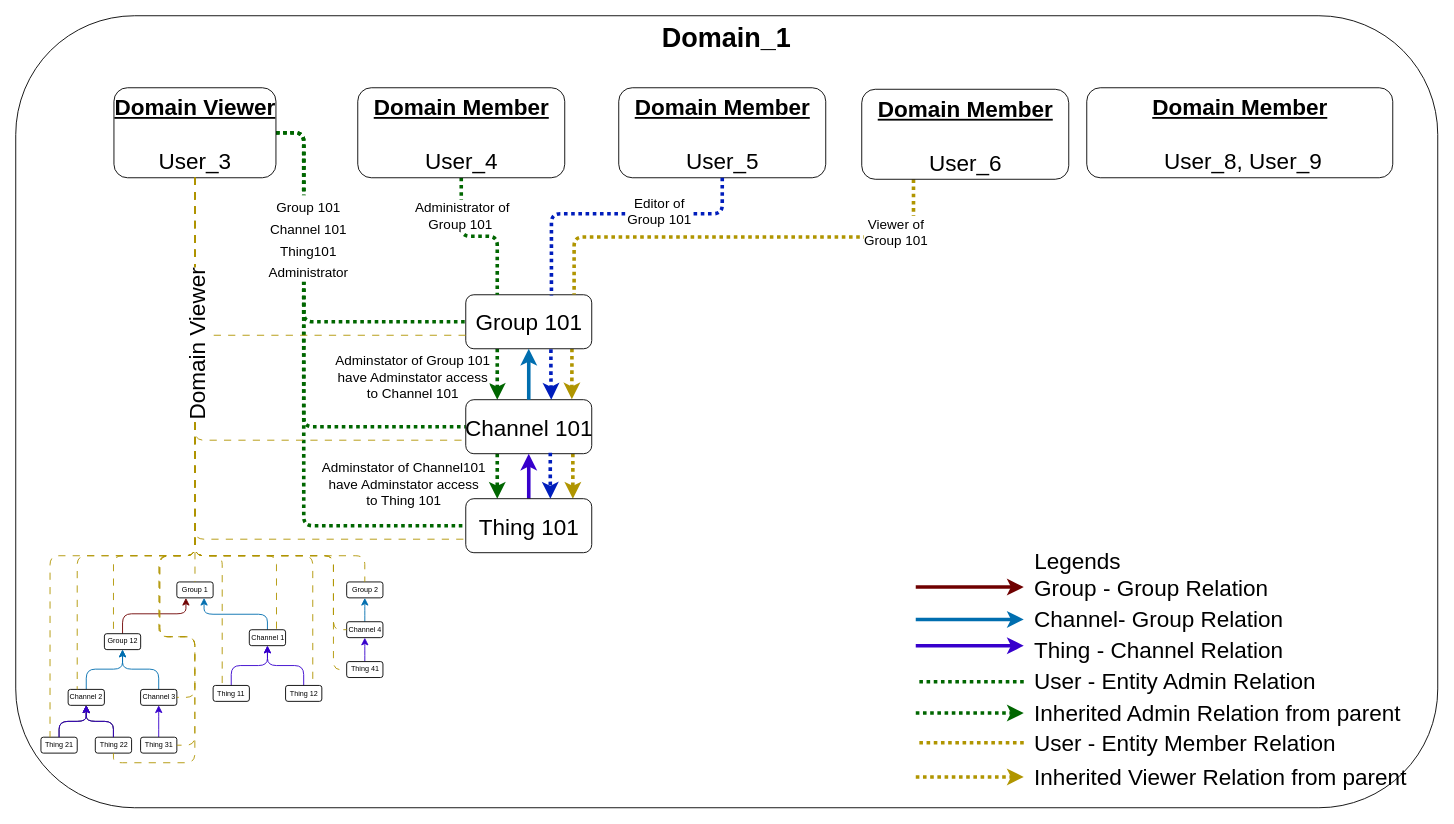
absmach/supermq-docs keeps this draw.io diagram as docs/diagrams/group_users_viewer.drawio. Above is the earlier version. Source tidied: cells renumbered, new cells numbered last; positions are measured from the earlier drawing's top-left corner, leaving out a move shared by most shapes. Both pictures are drawn from the tidied source at 90%, with x=0, y=0 at pixel (15, 15).
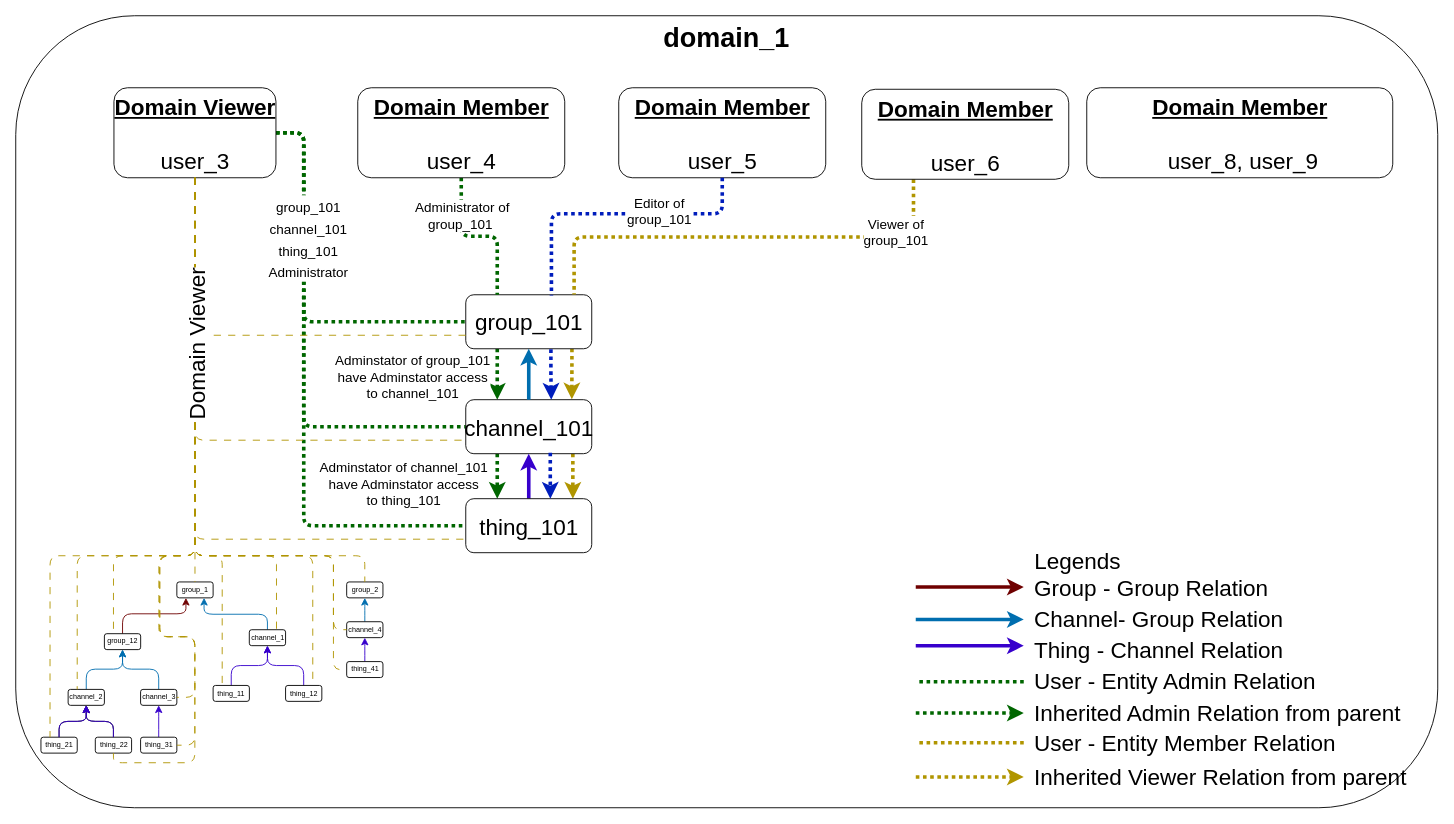
The same diagram, later.

The change refers to these unchanged cells:
```xml
<mxCell id="9" style="group;fontSize=8;" parent="8" vertex="1">
  <mxGeometry x="28" y="607" width="380" height="230" as="geometry" />
</mxCell>
<mxCell id="44" style="edgeStyle=orthogonalEdgeStyle;html=1;entryX=0;entryY=0.5;entryDx=0;entryDy=0;dashed=1;dashPattern=1 1;strokeColor=#006600;strokeWidth=4;fontSize=20;endArrow=none;endFill=0;" parent="36" edge="1" source="46" target="95">
  <mxGeometry relative="1" as="geometry">
    <Array as="points">
      <mxPoint x="320" y="130" />
      <mxPoint x="320" y="567" />
    </Array>
  </mxGeometry>
</mxCell>
<mxCell id="57" style="edgeStyle=orthogonalEdgeStyle;html=1;exitX=0.25;exitY=1;exitDx=0;exitDy=0;entryX=0.25;entryY=0;entryDx=0;entryDy=0;dashed=1;dashPattern=1 1;strokeWidth=4;endArrow=classic;endFill=1;fillColor=#fa6800;strokeColor=#006600;" parent="36" edge="1" source="60" target="66">
  <mxGeometry relative="1" as="geometry" />
</mxCell>
<mxCell id="61" style="edgeStyle=orthogonalEdgeStyle;html=1;exitX=0.25;exitY=1;exitDx=0;exitDy=0;entryX=0.25;entryY=0;entryDx=0;entryDy=0;dashed=1;dashPattern=1 1;strokeWidth=4;endArrow=classic;endFill=1;fillColor=#fa6800;strokeColor=#006600;" parent="36" edge="1" source="66" target="95">
  <mxGeometry relative="1" as="geometry" />
</mxCell>
<mxCell id="67" style="edgeStyle=orthogonalEdgeStyle;html=1;entryX=0.25;entryY=0;entryDx=0;entryDy=0;dashed=1;dashPattern=1 1;strokeWidth=4;endArrow=none;endFill=0;fillColor=#fa6800;strokeColor=#006600;" parent="36" edge="1" source="69" target="60">
  <mxGeometry relative="1" as="geometry" />
</mxCell>
<mxCell id="70" style="edgeStyle=orthogonalEdgeStyle;html=1;dashed=1;dashPattern=1 1;strokeWidth=4;endArrow=none;endFill=0;fillColor=#e3c800;strokeColor=#B09500;exitX=0.25;exitY=1;exitDx=0;exitDy=0;entryX=0.86;entryY=-0.003;entryDx=0;entryDy=0;entryPerimeter=0;" parent="36" edge="1" source="73" target="60">
  <mxGeometry relative="1" as="geometry" />
</mxCell>
<mxCell id="97" style="edgeStyle=orthogonalEdgeStyle;html=1;entryX=0.68;entryY=0.014;entryDx=0;entryDy=0;fillColor=#0050ef;strokeColor=#001DBC;strokeWidth=4;dashed=1;dashPattern=1 1;entryPerimeter=0;endArrow=none;endFill=0;" parent="93" edge="1" source="72" target="60">
  <mxGeometry relative="1" as="geometry">
    <Array as="points">
      <mxPoint x="785" y="220" />
      <mxPoint x="595" y="220" />
      <mxPoint x="595" y="311" />
    </Array>
  </mxGeometry>
</mxCell>
```

Change to the diagram source:
```diff
@@
-    <mxCell id="7" value="&lt;font style=&quot;font-size: 30px;&quot;&gt;&lt;b style=&quot;&quot;&gt;Domain_1&lt;/b&gt;&lt;/font&gt;" style="rounded=1;whiteSpace=wrap;html=1;verticalAlign=top;fillColor=default;" parent="6" vertex="1">
+    <mxCell id="7" value="&lt;font style=&quot;font-size: 30px;&quot;&gt;&lt;b style=&quot;&quot;&gt;domain_1&lt;/b&gt;&lt;/font&gt;" style="rounded=1;whiteSpace=wrap;html=1;verticalAlign=top;fillColor=default;" parent="6" vertex="1">
       <mxGeometry width="1580" height="880" as="geometry" />
     </mxCell>
@@
-    <mxCell id="10" value="Group 1" style="rounded=1;html=1;fontSize=8;" parent="9" vertex="1">
+    <mxCell id="10" value="group_1" style="rounded=1;html=1;fontSize=8;" parent="9" vertex="1">
       <mxGeometry x="151" y="22.1" width="40.3" height="17.7" as="geometry" />
     </mxCell>
@@
-    <mxCell id="12" value="Group 12" style="rounded=1;whiteSpace=wrap;html=1;fontSize=8;" parent="9" vertex="1">
+    <mxCell id="12" value="group_12" style="rounded=1;whiteSpace=wrap;html=1;fontSize=8;" parent="9" vertex="1">
       <mxGeometry x="70.5" y="79.6" width="40.3" height="17.7" as="geometry" />
     </mxCell>
@@
-    <mxCell id="14" value="Channel 2" style="rounded=1;html=1;fontSize=8;" parent="9" vertex="1">
+    <mxCell id="14" value="channel_2" style="rounded=1;html=1;fontSize=8;" parent="9" vertex="1">
       <mxGeometry x="30.2" y="141.5" width="40.3" height="17.7" as="geometry" />
     </mxCell>
@@
-    <mxCell id="16" value="Channel 3" style="rounded=1;html=1;fontSize=8;" parent="9" vertex="1">
+    <mxCell id="16" value="channel_3" style="rounded=1;html=1;fontSize=8;" parent="9" vertex="1">
       <mxGeometry x="110.7" y="141.5" width="40.3" height="17.7" as="geometry" />
     </mxCell>
@@
-    <mxCell id="18" value="Channel 1" style="rounded=1;html=1;fontSize=8;" parent="9" vertex="1">
+    <mxCell id="18" value="channel_1" style="rounded=1;html=1;fontSize=8;" parent="9" vertex="1">
       <mxGeometry x="231.5" y="75.2" width="40.3" height="17.7" as="geometry" />
     </mxCell>
@@
-    <mxCell id="20" value="Thing 11" style="rounded=1;html=1;fontSize=8;" parent="9" vertex="1">
+    <mxCell id="20" value="thing_11" style="rounded=1;html=1;fontSize=8;" parent="9" vertex="1">
       <mxGeometry x="191.3" y="137.1" width="40.3" height="17.7" as="geometry" />
     </mxCell>
@@
-    <mxCell id="22" value="Thing 12" style="rounded=1;html=1;fontSize=8;" parent="9" vertex="1">
+    <mxCell id="22" value="thing_12" style="rounded=1;html=1;fontSize=8;" parent="9" vertex="1">
       <mxGeometry x="271.8" y="137.1" width="40.3" height="17.7" as="geometry" />
     </mxCell>
@@
-    <mxCell id="24" value="Thing 21" style="rounded=1;html=1;fontSize=8;" parent="9" vertex="1">
+    <mxCell id="24" value="thing_21" style="rounded=1;html=1;fontSize=8;" parent="9" vertex="1">
       <mxGeometry y="194.6" width="40.3" height="17.7" as="geometry" />
     </mxCell>
@@
-    <mxCell id="26" value="Thing 22" style="rounded=1;html=1;fontSize=8;" parent="9" vertex="1">
+    <mxCell id="26" value="thing_22" style="rounded=1;html=1;fontSize=8;" parent="9" vertex="1">
       <mxGeometry x="60.4" y="194.6" width="40.3" height="17.7" as="geometry" />
     </mxCell>
@@
-    <mxCell id="28" value="Thing 31" style="rounded=1;html=1;fontSize=8;" parent="9" vertex="1">
+    <mxCell id="28" value="thing_31" style="rounded=1;html=1;fontSize=8;" parent="9" vertex="1">
       <mxGeometry x="110.7" y="194.6" width="40.3" height="17.7" as="geometry" />
     </mxCell>
@@
-    <mxCell id="31" value="Group 2" style="rounded=1;html=1;fontSize=8;" parent="9" vertex="1">
+    <mxCell id="31" value="group_2" style="rounded=1;html=1;fontSize=8;" parent="9" vertex="1">
       <mxGeometry x="339.7" y="22.1" width="40.3" height="17.7" as="geometry" />
     </mxCell>
@@
-    <mxCell id="33" value="Channel 4" style="rounded=1;html=1;fontSize=8;" parent="9" vertex="1">
+    <mxCell id="33" value="channel_4" style="rounded=1;html=1;fontSize=8;" parent="9" vertex="1">
       <mxGeometry x="339.7" y="66.3" width="40.3" height="17.7" as="geometry" />
     </mxCell>
@@
-    <mxCell id="35" value="Thing 41" style="rounded=1;html=1;fontSize=8;" parent="9" vertex="1">
+    <mxCell id="35" value="thing_41" style="rounded=1;html=1;fontSize=8;" parent="9" vertex="1">
       <mxGeometry x="339.7" y="110.6" width="40.3" height="17.7" as="geometry" />
     </mxCell>
@@
-    <mxCell id="45" value="&lt;span style=&quot;font-size: 15px;&quot;&gt;Group 101&lt;/span&gt;&lt;br style=&quot;font-size: 15px;&quot;&gt;&lt;span style=&quot;font-size: 15px;&quot;&gt;Channel 101&lt;/span&gt;&lt;br style=&quot;font-size: 15px;&quot;&gt;&lt;span style=&quot;font-size: 15px;&quot;&gt;Thing101&lt;/span&gt;&lt;br style=&quot;font-size: 15px;&quot;&gt;&lt;span style=&quot;font-size: 15px;&quot;&gt;Administrator&lt;/span&gt;" style="edgeLabel;html=1;align=center;verticalAlign=middle;fontSize=20;" parent="44" vertex="1">
+    <mxCell id="45" value="&lt;span style=&quot;font-size: 15px;&quot;&gt;group_101&lt;/span&gt;&lt;br style=&quot;font-size: 15px;&quot;&gt;&lt;span style=&quot;font-size: 15px;&quot;&gt;channel_101&lt;/span&gt;&lt;br style=&quot;font-size: 15px;&quot;&gt;&lt;span style=&quot;font-size: 15px;&quot;&gt;thing_101&lt;/span&gt;&lt;br style=&quot;font-size: 15px;&quot;&gt;&lt;span style=&quot;font-size: 15px;&quot;&gt;Administrator&lt;/span&gt;" style="edgeLabel;html=1;align=center;verticalAlign=middle;fontSize=20;" parent="44" vertex="1">
       <mxGeometry x="-0.53" y="4" relative="1" as="geometry">
         <mxPoint y="-5" as="offset" />
       </mxGeometry>
     </mxCell>
-    <mxCell id="46" value="&lt;font style=&quot;font-size: 25px;&quot;&gt;&lt;b&gt;&lt;u&gt;Domain Viewer&lt;/u&gt;&lt;/b&gt;&lt;br&gt;&lt;br&gt;User_3&lt;/font&gt;" style="rounded=1;html=1;fontSize=25;verticalAlign=top;" parent="36" vertex="1">
+    <mxCell id="46" value="&lt;font style=&quot;font-size: 25px;&quot;&gt;&lt;b&gt;&lt;u&gt;Domain Viewer&lt;/u&gt;&lt;/b&gt;&lt;br&gt;&lt;br&gt;user_3&lt;/font&gt;" style="rounded=1;html=1;fontSize=25;verticalAlign=top;" parent="36" vertex="1">
       <mxGeometry x="109.1" y="80" width="180" height="100" as="geometry" />
     </mxCell>
@@
-    <mxCell id="58" value="Adminstator of Group 101 &lt;br&gt;have Adminstator access &lt;br&gt;to Channel 101" style="edgeLabel;html=1;align=center;verticalAlign=middle;fontSize=15;" parent="57" vertex="1">
+    <mxCell id="58" value="Adminstator of group_101 &lt;br&gt;have Adminstator access &lt;br&gt;to channel_101" style="edgeLabel;html=1;align=center;verticalAlign=middle;fontSize=15;" parent="57" vertex="1">
       <mxGeometry x="-0.13" relative="1" as="geometry">
         <mxPoint x="-95" y="5" as="offset" />
       </mxGeometry>
     </mxCell>
@@
-    <mxCell id="60" value="Group 101" style="rounded=1;html=1;fontSize=25;" parent="36" vertex="1">
+    <mxCell id="60" value="group_101" style="rounded=1;html=1;fontSize=25;" parent="36" vertex="1">
       <mxGeometry x="500" y="310" width="140" height="60" as="geometry" />
     </mxCell>
@@
-    <mxCell id="62" value="Adminstator of Channel101&lt;br&gt;have Adminstator access&lt;br&gt;to Thing 101" style="edgeLabel;html=1;align=center;verticalAlign=middle;fontSize=15;" parent="61" vertex="1">
+    <mxCell id="62" value="Adminstator of channel_101&lt;br&gt;have Adminstator access&lt;br&gt;to thing_101" style="edgeLabel;html=1;align=center;verticalAlign=middle;fontSize=15;" parent="61" vertex="1">
       <mxGeometry x="-0.19" y="-1" relative="1" as="geometry">
         <mxPoint x="-104" y="13" as="offset" />
       </mxGeometry>
     </mxCell>
@@
-    <mxCell id="66" value="Channel 101" style="rounded=1;html=1;fontSize=25;" parent="36" vertex="1">
+    <mxCell id="66" value="channel_101" style="rounded=1;html=1;fontSize=25;" parent="36" vertex="1">
       <mxGeometry x="500" y="426.6" width="140" height="60" as="geometry" />
     </mxCell>
@@
-    <mxCell id="68" value="&lt;font style=&quot;font-size: 15px;&quot;&gt;&lt;font style=&quot;font-size: 15px;&quot;&gt;&amp;nbsp;Administrator of&amp;nbsp;&lt;br&gt;&lt;/font&gt;Group 101&amp;nbsp;&lt;/font&gt;" style="edgeLabel;html=1;align=center;verticalAlign=middle;" parent="67" vertex="1">
+    <mxCell id="68" value="&lt;font style=&quot;font-size: 15px;&quot;&gt;&lt;font style=&quot;font-size: 15px;&quot;&gt;&amp;nbsp;Administrator of&amp;nbsp;&lt;br&gt;&lt;/font&gt;group_101&amp;nbsp;&lt;/font&gt;" style="edgeLabel;html=1;align=center;verticalAlign=middle;" parent="67" vertex="1">
       <mxGeometry x="0.42" y="1" relative="1" as="geometry">
         <mxPoint x="-41" y="-40" as="offset" />
       </mxGeometry>
     </mxCell>
-    <mxCell id="69" value="&lt;font style=&quot;font-size: 25px;&quot;&gt;&lt;b&gt;&lt;u&gt;Domain Member&lt;/u&gt;&lt;/b&gt;&lt;br&gt;&lt;br&gt;User_4&lt;/font&gt;" style="rounded=1;html=1;fontSize=25;verticalAlign=top;" parent="36" vertex="1">
+    <mxCell id="69" value="&lt;font style=&quot;font-size: 25px;&quot;&gt;&lt;b&gt;&lt;u&gt;Domain Member&lt;/u&gt;&lt;/b&gt;&lt;br&gt;&lt;br&gt;user_4&lt;/font&gt;" style="rounded=1;html=1;fontSize=25;verticalAlign=top;" parent="36" vertex="1">
       <mxGeometry x="380" y="80" width="230" height="100" as="geometry" />
     </mxCell>
@@
-    <mxCell id="71" value="&lt;font style=&quot;font-size: 15px;&quot;&gt;Viewer of&amp;nbsp;&lt;br&gt;&lt;/font&gt;&lt;span style=&quot;font-size: 15px;&quot;&gt;Group 101&amp;nbsp;&lt;/span&gt;" style="edgeLabel;html=1;align=center;verticalAlign=middle;" parent="70" vertex="1">
+    <mxCell id="71" value="&lt;font style=&quot;font-size: 15px;&quot;&gt;Viewer of&amp;nbsp;&lt;br&gt;&lt;/font&gt;&lt;span style=&quot;font-size: 15px;&quot;&gt;group_101&amp;nbsp;&lt;/span&gt;" style="edgeLabel;html=1;align=center;verticalAlign=middle;" parent="70" vertex="1">
       <mxGeometry x="-0.62" y="-6" relative="1" as="geometry">
         <mxPoint x="14" as="offset" />
       </mxGeometry>
     </mxCell>
-    <mxCell id="72" value="&lt;font style=&quot;font-size: 25px;&quot;&gt;&lt;b&gt;&lt;u&gt;Domain Member&lt;/u&gt;&lt;/b&gt;&lt;br&gt;&lt;br&gt;User_5&lt;/font&gt;" style="rounded=1;html=1;fontSize=25;verticalAlign=top;" parent="36" vertex="1">
+    <mxCell id="72" value="&lt;font style=&quot;font-size: 25px;&quot;&gt;&lt;b&gt;&lt;u&gt;Domain Member&lt;/u&gt;&lt;/b&gt;&lt;br&gt;&lt;br&gt;user_5&lt;/font&gt;" style="rounded=1;html=1;fontSize=25;verticalAlign=top;" parent="36" vertex="1">
       <mxGeometry x="670" y="80" width="230" height="100" as="geometry" />
     </mxCell>
-    <mxCell id="73" value="&lt;font style=&quot;font-size: 25px;&quot;&gt;&lt;b&gt;&lt;u&gt;Domain Member&lt;/u&gt;&lt;/b&gt;&lt;br&gt;&lt;br&gt;User_6&lt;/font&gt;" style="rounded=1;html=1;fontSize=25;verticalAlign=top;" parent="36" vertex="1">
+    <mxCell id="73" value="&lt;font style=&quot;font-size: 25px;&quot;&gt;&lt;b&gt;&lt;u&gt;Domain Member&lt;/u&gt;&lt;/b&gt;&lt;br&gt;&lt;br&gt;user_6&lt;/font&gt;" style="rounded=1;html=1;fontSize=25;verticalAlign=top;" parent="36" vertex="1">
       <mxGeometry x="940" y="81.7" width="230" height="100" as="geometry" />
     </mxCell>
-    <mxCell id="74" value="&lt;font style=&quot;font-size: 25px;&quot;&gt;&lt;b&gt;&lt;u&gt;Domain Member&lt;/u&gt;&lt;/b&gt;&lt;br&gt;&lt;br&gt;&amp;nbsp;User_8, User_9&lt;/font&gt;" style="rounded=1;html=1;fontSize=25;verticalAlign=top;" parent="36" vertex="1">
+    <mxCell id="74" value="&lt;font style=&quot;font-size: 25px;&quot;&gt;&lt;b&gt;&lt;u&gt;Domain Member&lt;/u&gt;&lt;/b&gt;&lt;br&gt;&lt;br&gt;&amp;nbsp;user_8, user_9&lt;/font&gt;" style="rounded=1;html=1;fontSize=25;verticalAlign=top;" parent="36" vertex="1">
       <mxGeometry x="1190" y="80" width="340" height="100" as="geometry" />
     </mxCell>
@@
-    <mxCell id="95" value="Thing 101" style="rounded=1;html=1;fontSize=25;" parent="93" vertex="1">
+    <mxCell id="95" value="thing_101" style="rounded=1;html=1;fontSize=25;" parent="93" vertex="1">
       <mxGeometry x="500" y="536.6" width="140" height="60" as="geometry" />
     </mxCell>
@@
-    <mxCell id="98" value="&lt;font style=&quot;font-size: 15px;&quot;&gt;Editor of &lt;br&gt;Group 101&lt;/font&gt;" style="edgeLabel;html=1;align=center;verticalAlign=middle;" parent="97" vertex="1">
+    <mxCell id="98" value="&lt;font style=&quot;font-size: 15px;&quot;&gt;Editor of &lt;br&gt;group_101&lt;/font&gt;" style="edgeLabel;html=1;align=center;verticalAlign=middle;" parent="97" vertex="1">
       <mxGeometry x="-0.31" y="-4" relative="1" as="geometry" />
     </mxCell>
```
